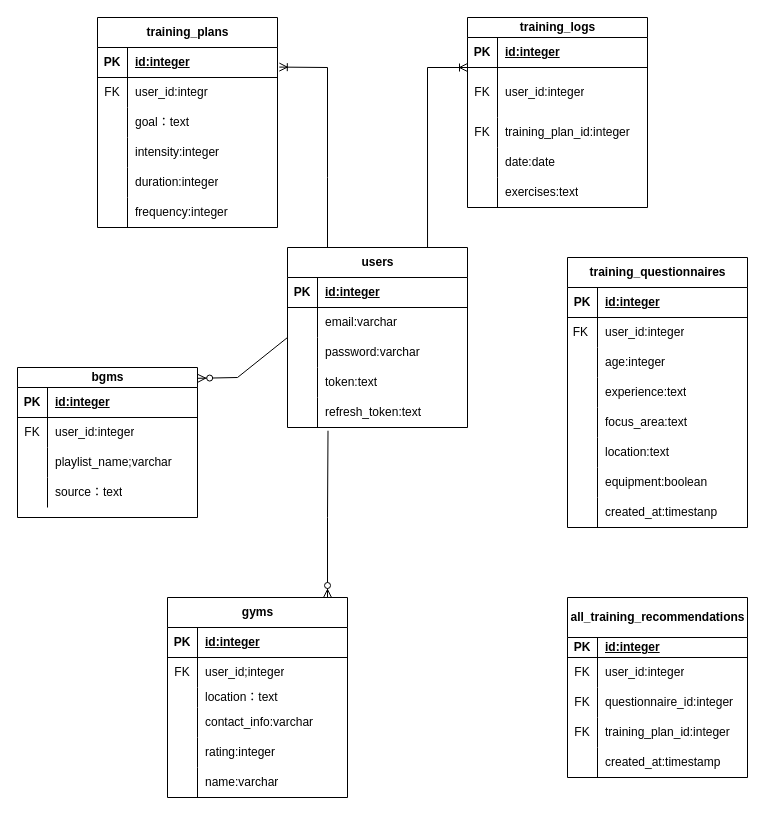
Before: 名称未設定ファイル.drawio in yoshihiro1019/FitAIPlanner, a draw.io diagram. Source tidied: cells renumbered, new cells numbered last; positions are measured from the earlier drawing's top-left corner, leaving out a move shared by most shapes. Both pictures are drawn from the tidied source at 100%, with x=0, y=0 at pixel (17, 17).
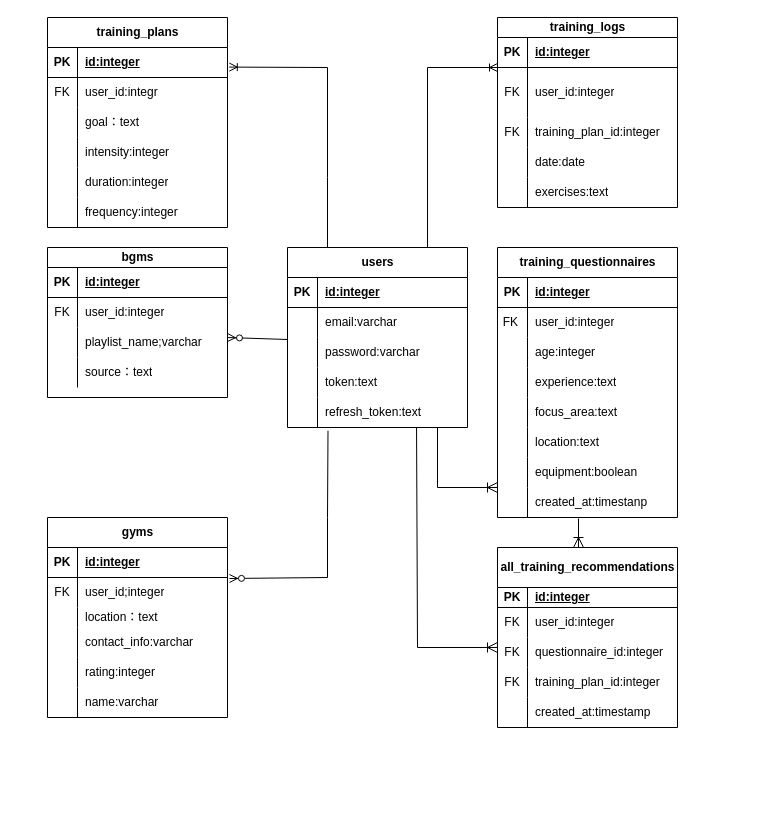
The same diagram, later.

Commit message (it also covers changes not shown here):
名称未設定ファイル.drawio を更新します

Unchanged cells that the change refers to:
```xml
<mxCell id="54" style="shape=tableRow;horizontal=0;startSize=0;swimlaneHead=0;swimlaneBody=0;fillColor=none;points=[[0,0.5],[1,0.5]];portConstraint=eastwest;top=0;left=0;right=0;bottom=0;" parent="50" vertex="1">
  <mxGeometry y="60" width="180" height="30" as="geometry" />
</mxCell>
<mxCell id="95" style="shape=tableRow;horizontal=0;startSize=0;swimlaneHead=0;swimlaneBody=0;fillColor=none;points=[[0,0.5,0,0,0],[1,0.5,0,0,0]];portConstraint=eastwest;top=0;left=0;right=0;bottom=0;" parent="73" vertex="1">
  <mxGeometry y="240" width="180" height="30" as="geometry" />
</mxCell>
<mxCell id="105" style="shape=tableRow;horizontal=0;startSize=0;swimlaneHead=0;swimlaneBody=0;fillColor=none;points=[[0,0.5],[1,0.5]];portConstraint=eastwest;top=0;left=0;right=0;bottom=0;" parent="98" vertex="1">
  <mxGeometry y="90" width="180" height="30" as="geometry" />
</mxCell>
<mxCell id="121" style="shape=tableRow;horizontal=0;startSize=0;swimlaneHead=0;swimlaneBody=0;fillColor=none;points=[[0,0.5],[1,0.5]];portConstraint=eastwest;top=0;left=0;right=0;bottom=0;" parent="114" vertex="1">
  <mxGeometry y="90" width="180" height="30" as="geometry" />
</mxCell>
<mxCell id="127" style="shape=tableRow;horizontal=0;startSize=0;swimlaneHead=0;swimlaneBody=0;fillColor=none;points=[[0,0.5],[1,0.5]];portConstraint=eastwest;top=0;left=0;right=0;bottom=0;" parent="114" vertex="1">
  <mxGeometry y="150" width="180" height="30" as="geometry" />
</mxCell>
```

The edit, as a diff of the source:
```diff
@@
     <mxCell id="2" value="training_plans" style="shape=table;startSize=30;childLayout=tableLayout;rowLines=0;fontStyle=1;align=center;html=1;" parent="1" vertex="1">
-      <mxGeometry x="80" width="180" height="210" as="geometry" />
+      <mxGeometry x="30" width="180" height="210" as="geometry" />
     </mxCell>
@@
     <mxCell id="21" value="training_logs" style="shape=table;startSize=20;childLayout=tableLayout;rowLines=0;fontStyle=1;align=center;html=1;" parent="1" vertex="1">
-      <mxGeometry x="450" width="180" height="190" as="geometry" />
+      <mxGeometry x="480" width="180" height="190" as="geometry" />
     </mxCell>
@@
     <mxCell id="37" value="bgms" style="shape=table;startSize=20;childLayout=tableLayout;rowLines=0;fontStyle=1;align=center;html=1;" parent="1" vertex="1">
-      <mxGeometry y="350" width="180" height="150" as="geometry" />
+      <mxGeometry x="30" y="230" width="180" height="150" as="geometry" />
     </mxCell>
@@
     <mxCell id="50" value="gyms" style="shape=table;startSize=30;childLayout=tableLayout;rowLines=0;fontStyle=1;align=center;html=1;" parent="1" vertex="1">
-      <mxGeometry x="150" y="580" width="180" height="200" as="geometry" />
+      <mxGeometry x="30" y="500" width="180" height="200" as="geometry" />
     </mxCell>
@@
-    <mxCell id="71" style="fontSize=12;html=1;endArrow=ERzeroToMany;endFill=1;rounded=0;entryX=1.001;entryY=0.072;entryDx=0;entryDy=0;entryPerimeter=0;exitX=0;exitY=0;exitDx=0;exitDy=0;exitPerimeter=0;" parent="1" edge="1" source="121" target="37">
+    <mxCell id="71" style="fontSize=12;html=1;endArrow=ERzeroToMany;endFill=1;rounded=0;exitX=0;exitY=0.067;exitDx=0;exitDy=0;exitPerimeter=0;" parent="1" edge="1" source="121">
       <mxGeometry relative="1" as="geometry">
-        <Array as="points">
-          <mxPoint x="220" y="360" />
-        </Array>
+        <mxPoint x="210" y="320" as="targetPoint" />
       </mxGeometry>
     </mxCell>
-    <mxCell id="72" style="fontSize=12;html=1;endArrow=ERzeroToMany;endFill=1;rounded=0;exitX=0.225;exitY=1.108;exitDx=0;exitDy=0;exitPerimeter=0;entryX=0.889;entryY=0;entryDx=0;entryDy=0;entryPerimeter=0;" parent="1" edge="1" source="127" target="50">
+    <mxCell id="72" style="fontSize=12;html=1;endArrow=ERzeroToMany;endFill=1;rounded=0;exitX=0.225;exitY=1.108;exitDx=0;exitDy=0;exitPerimeter=0;entryX=1.011;entryY=0.033;entryDx=0;entryDy=0;entryPerimeter=0;" parent="1" edge="1" source="127" target="54">
       <mxGeometry relative="1" as="geometry">
         <Array as="points">
           <mxPoint x="310" y="500" />
+          <mxPoint x="310" y="560" />
         </Array>
       </mxGeometry>
     </mxCell>
     <mxCell id="73" value="training_questionnaires" style="shape=table;startSize=30;childLayout=tableLayout;rowLines=0;fontStyle=1;align=center;html=1;" parent="1" vertex="1">
-      <mxGeometry x="550" y="240" width="180" height="270" as="geometry" />
+      <mxGeometry x="480" y="230" width="180" height="270" as="geometry" />
     </mxCell>
@@
     <mxCell id="98" value="all_training_recommendations" style="shape=table;startSize=40;childLayout=tableLayout;rowLines=0;fontStyle=1;align=center;html=1;" parent="1" vertex="1">
-      <mxGeometry x="550" y="580" width="180" height="180" as="geometry" />
+      <mxGeometry x="480" y="530" width="180" height="180" as="geometry" />
     </mxCell>
@@
+    <mxCell id="130" style="fontSize=12;html=1;endArrow=ERoneToMany;rounded=0;startSize=8;endSize=8;exitX=0.45;exitY=1.033;exitDx=0;exitDy=0;exitPerimeter=0;entryX=0.45;entryY=0;entryDx=0;entryDy=0;entryPerimeter=0;" parent="1" edge="1" source="95" target="98">
+      <mxGeometry relative="1" as="geometry" />
+    </mxCell>
+    <mxCell id="131" style="fontSize=12;html=1;endArrow=ERoneToMany;rounded=0;startSize=8;endSize=8;entryX=0;entryY=0;entryDx=0;entryDy=0;entryPerimeter=0;" parent="1" edge="1" target="95">
+      <mxGeometry relative="1" as="geometry">
+        <mxPoint x="420" y="410" as="sourcePoint" />
+        <Array as="points">
+          <mxPoint x="420" y="470" />
+        </Array>
+      </mxGeometry>
+    </mxCell>
+    <mxCell id="132" style="fontSize=12;html=1;endArrow=ERoneToMany;rounded=0;startSize=8;endSize=8;exitX=0.717;exitY=1;exitDx=0;exitDy=0;exitPerimeter=0;entryX=0;entryY=0.333;entryDx=0;entryDy=0;entryPerimeter=0;" parent="1" edge="1" source="127" target="105">
+      <mxGeometry relative="1" as="geometry">
+        <Array as="points">
+          <mxPoint x="400" y="630" />
+        </Array>
+      </mxGeometry>
+    </mxCell>
```
